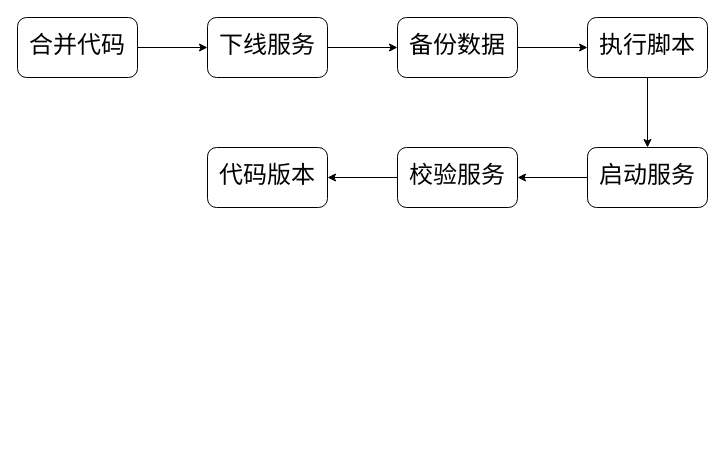
Above: 未命名绘图.drawio in rockywade/draw (draw.io), before the change. Source tidied: cells renumbered, new cells numbered last; positions are measured from the earlier drawing's top-left corner, leaving out a move shared by most shapes. Both pictures are drawn from the tidied source at 100%, with x=0, y=0 at pixel (17, 17).
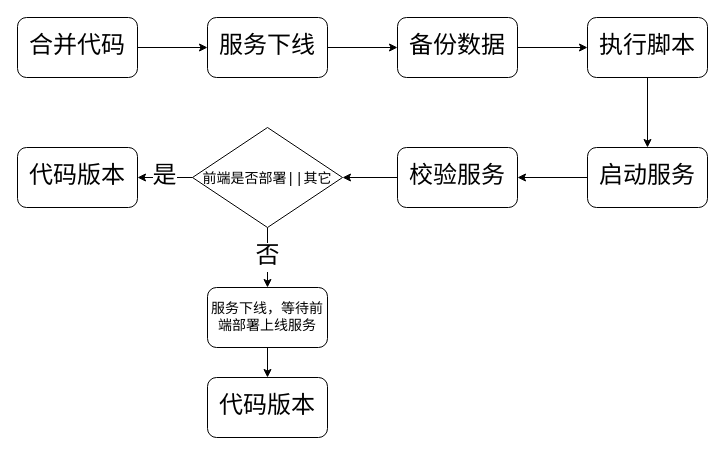
The same page after the edit.

Commit message (it also covers changes not shown here):
更新未命名绘图.drawio

Unchanged cells that the change refers to:
```xml
<mxCell id="13" value="&lt;font face=&quot;Courier New&quot;&gt;&lt;span style=&quot;font-size: 24px;&quot;&gt;校验服务&lt;/span&gt;&lt;/font&gt;" style="rounded=1;whiteSpace=wrap;html=1;" parent="1" vertex="1">
  <mxGeometry x="380" y="130" width="120" height="60" as="geometry" />
</mxCell>
```

The edit, as a diff of the source:
```diff
@@
-    <mxCell id="5" value="&lt;font style=&quot;font-size: 24px;&quot; face=&quot;Courier New&quot;&gt;下线服务&lt;/font&gt;" style="rounded=1;whiteSpace=wrap;html=1;" parent="1" vertex="1">
+    <mxCell id="5" value="&lt;font style=&quot;font-size: 24px;&quot; face=&quot;Courier New&quot;&gt;服务&lt;/font&gt;&lt;span style=&quot;font-family: &amp;quot;Courier New&amp;quot;; font-size: 24px;&quot;&gt;下线&lt;/span&gt;" style="rounded=1;whiteSpace=wrap;html=1;" parent="1" vertex="1">
       <mxGeometry x="190" width="120" height="60" as="geometry" />
     </mxCell>
@@
-    <mxCell id="12" style="edgeStyle=orthogonalEdgeStyle;rounded=0;jettySize=auto;html=1;exitX=0;exitY=0.5;exitDx=0;exitDy=0;entryX=1;entryY=0.5;entryDx=0;entryDy=0;fontFamily=Courier New;fontSize=24;" parent="1" edge="1" source="13" target="14">
-      <mxGeometry relative="1" as="geometry" />
-    </mxCell>
+    <mxCell id="15" style="edgeStyle=orthogonalEdgeStyle;rounded=0;jettySize=auto;html=1;exitX=0;exitY=0.5;exitDx=0;exitDy=0;entryX=1;entryY=0.5;entryDx=0;entryDy=0;fontFamily=Courier New;fontSize=24;" parent="1" edge="1" source="13" target="20">
+      <mxGeometry relative="1" as="geometry" />
+    </mxCell>
@@
     <mxCell id="14" value="&lt;span style=&quot;font-family: &amp;quot;Courier New&amp;quot;; font-size: 24px;&quot;&gt;代码版本&lt;/span&gt;" style="rounded=1;whiteSpace=wrap;html=1;" parent="1" vertex="1">
-      <mxGeometry x="190" y="130" width="120" height="60" as="geometry" />
+      <mxGeometry y="130" width="120" height="60" as="geometry" />
     </mxCell>
+    <mxCell id="16" style="edgeStyle=orthogonalEdgeStyle;rounded=0;jettySize=auto;html=1;exitX=0.5;exitY=1;exitDx=0;exitDy=0;fontFamily=Courier New;fontSize=24;" parent="1" edge="1" source="17" target="21">
+      <mxGeometry relative="1" as="geometry" />
+    </mxCell>
+    <mxCell id="17" value="&lt;font style=&quot;font-size: 14px;&quot; face=&quot;Courier New&quot;&gt;服务下线，等待前端部署上线服务&lt;/font&gt;" style="rounded=1;whiteSpace=wrap;html=1;" parent="1" vertex="1">
+      <mxGeometry x="190" y="270" width="120" height="60" as="geometry" />
+    </mxCell>
+    <mxCell id="18" value="否" style="edgeStyle=orthogonalEdgeStyle;rounded=0;jettySize=auto;html=1;exitX=0.5;exitY=1;exitDx=0;exitDy=0;entryX=0.5;entryY=0;entryDx=0;entryDy=0;fontFamily=Courier New;fontSize=24;" parent="1" edge="1" source="20" target="17">
+      <mxGeometry relative="1" as="geometry" />
+    </mxCell>
+    <mxCell id="19" value="是" style="edgeStyle=orthogonalEdgeStyle;rounded=0;jettySize=auto;html=1;exitX=0;exitY=0.5;exitDx=0;exitDy=0;fontFamily=Courier New;fontSize=24;" parent="1" edge="1" source="20" target="14">
+      <mxGeometry relative="1" as="geometry" />
+    </mxCell>
+    <mxCell id="20" value="&lt;font style=&quot;font-size: 14px;&quot;&gt;前端是否部署||其它&lt;/font&gt;" style="rhombus;whiteSpace=wrap;html=1;fontFamily=Courier New;fontSize=24;" parent="1" vertex="1">
+      <mxGeometry x="175" y="110" width="150" height="100" as="geometry" />
+    </mxCell>
+    <mxCell id="21" value="&lt;span style=&quot;font-family: &amp;quot;Courier New&amp;quot;; font-size: 24px;&quot;&gt;代码版本&lt;/span&gt;" style="rounded=1;whiteSpace=wrap;html=1;" parent="1" vertex="1">
+      <mxGeometry x="190" y="360" width="120" height="60" as="geometry" />
+    </mxCell>
```
